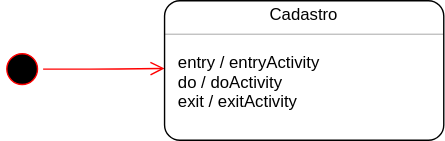
Before: Estado_1.drawio.svg, a diagram exported from draw.io (JesCat16/Projeto01_Modelagem_De_Software). Source tidied: cells renumbered, new cells last; positions are measured from the earlier drawing's top-left corner, leaving out a move shared by most shapes.
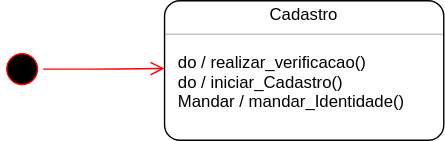
Above is the later version.

Change to the diagram source:
```diff
@@ -20,13 +20,13 @@
     <mxCell id="7" style="html=1;align=left;spacing=0;spacingLeft=10;verticalAlign=middle;strokeColor=none;fillColor=none;whiteSpace=wrap;" parent="4" vertex="1">
       <mxGeometry y="28" width="200" height="10" as="geometry" />
     </mxCell>
-    <mxCell id="8" value="entry / entryActivity" style="html=1;align=left;spacing=0;spacingLeft=10;verticalAlign=middle;strokeColor=none;fillColor=none;whiteSpace=wrap;" parent="4" vertex="1">
+    <mxCell id="8" value="do / realizar_verificacao()" style="html=1;align=left;spacing=0;spacingLeft=10;verticalAlign=middle;strokeColor=none;fillColor=none;whiteSpace=wrap;" parent="4" vertex="1">
       <mxGeometry y="38" width="200" height="14" as="geometry" />
     </mxCell>
-    <mxCell id="9" value="do / doActivity" style="html=1;align=left;spacing=0;spacingLeft=10;verticalAlign=middle;strokeColor=none;fillColor=none;whiteSpace=wrap;" parent="4" vertex="1">
+    <mxCell id="9" value="do / iniciar_Cadastro()" style="html=1;align=left;spacing=0;spacingLeft=10;verticalAlign=middle;strokeColor=none;fillColor=none;whiteSpace=wrap;" parent="4" vertex="1">
       <mxGeometry y="52" width="200" height="14" as="geometry" />
     </mxCell>
-    <mxCell id="10" value="exit / exitActivity" style="html=1;align=left;spacingLeft=10;spacing=0;verticalAlign=middle;strokeColor=none;fillColor=none;whiteSpace=wrap;" parent="4" vertex="1">
+    <mxCell id="10" value="Mandar / mandar_Identidade()" style="html=1;align=left;spacingLeft=10;spacing=0;verticalAlign=middle;strokeColor=none;fillColor=none;whiteSpace=wrap;" parent="4" vertex="1">
       <mxGeometry y="66" width="200" height="14" as="geometry" />
     </mxCell>
     <mxCell id="11" style="html=1;align=left;spacing=0;spacingLeft=10;verticalAlign=middle;strokeColor=none;fillColor=none;whiteSpace=wrap;" parent="4" vertex="1">
```
